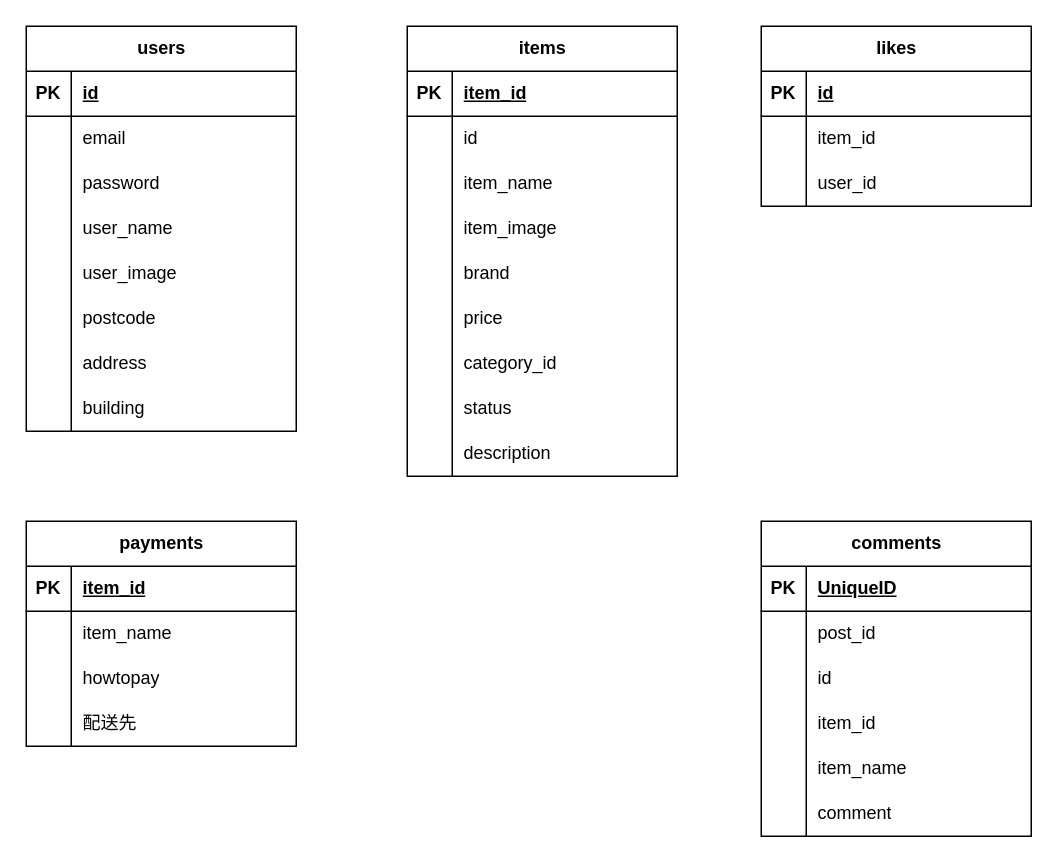
The draw.io diagram er.dio in GI-2902/mockcase, before the edit. Source tidied: cells renumbered, new cells numbered last; positions are measured from the earlier drawing's top-left corner, leaving out a move shared by most shapes. Both pictures are drawn from the tidied source at 150%, with x=0, y=0 at pixel (26, 26).
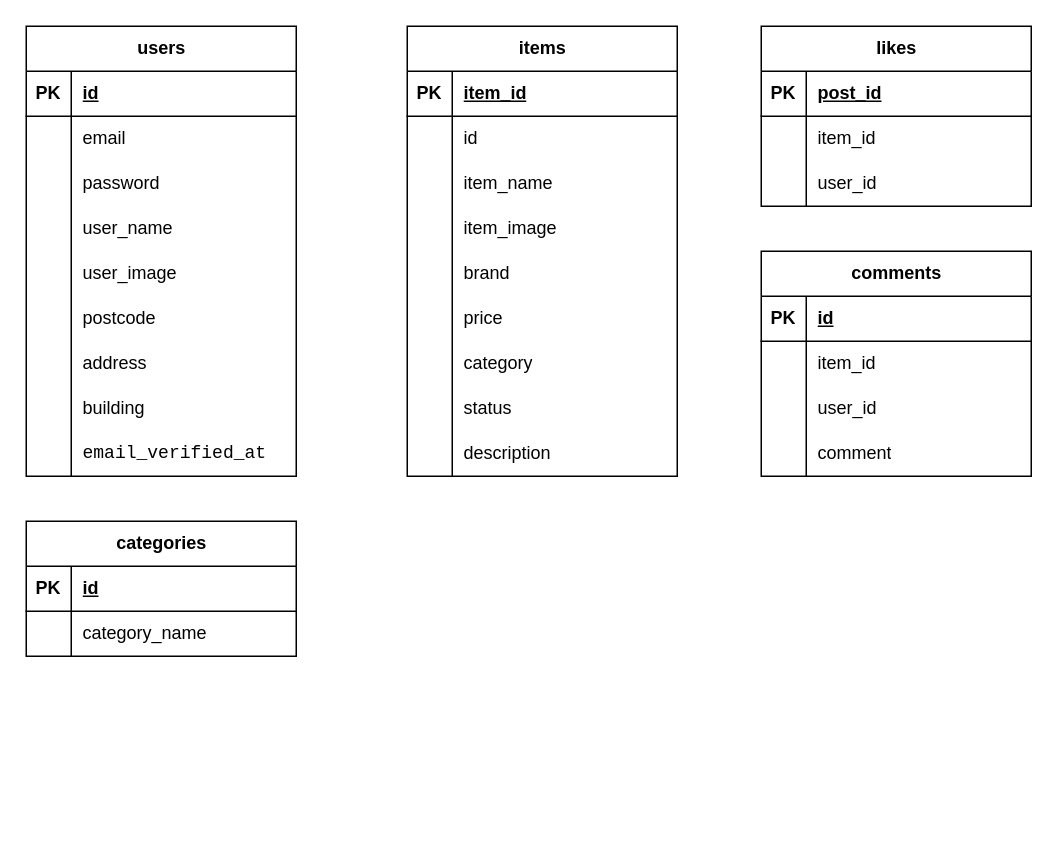
The same page after the edit.

Unchanged cells that the change refers to:
```xml
<mxCell id="34" style="shape=tableRow;horizontal=0;startSize=0;swimlaneHead=0;swimlaneBody=0;fillColor=none;top=0;left=0;right=0;bottom=0;" parent="15" vertex="1">
  <mxGeometry y="210" width="180" height="30" as="geometry" />
</mxCell>
<mxCell id="63" style="shape=tableRow;horizontal=0;startSize=0;swimlaneHead=0;swimlaneBody=0;fillColor=none;top=0;left=0;right=0;bottom=1;" parent="62" vertex="1">
  <mxGeometry y="30" width="180" height="30" as="geometry" />
</mxCell>
```

Diff of the diagram source:
```diff
@@
-    <mxCell id="2" value="payments" style="shape=table;startSize=30;childLayout=tableLayout;rowLines=0;fontStyle=1;align=center;html=1;" parent="1" vertex="1">
-      <mxGeometry y="330" width="180" height="150" as="geometry" />
-    </mxCell>
-    <mxCell id="3" style="shape=tableRow;horizontal=0;startSize=0;swimlaneHead=0;swimlaneBody=0;fillColor=none;top=0;left=0;right=0;bottom=1;" parent="2" vertex="1">
-      <mxGeometry y="30" width="180" height="30" as="geometry" />
-    </mxCell>
-    <mxCell id="4" value="PK" style="shape=partialRectangle;fillColor=none;top=0;left=0;bottom=0;right=0;fontStyle=1;overflow=hidden;whiteSpace=wrap;html=1;" parent="3" vertex="1">
-      <mxGeometry width="30" height="30" as="geometry" />
-    </mxCell>
-    <mxCell id="5" value="item_id" style="shape=partialRectangle;fillColor=none;top=0;left=0;bottom=0;right=0;align=left;spacingLeft=6;fontStyle=5;overflow=hidden;whiteSpace=wrap;html=1;" parent="3" vertex="1">
-      <mxGeometry x="30" width="150" height="30" as="geometry" />
-    </mxCell>
-    <mxCell id="6" style="shape=tableRow;horizontal=0;startSize=0;swimlaneHead=0;swimlaneBody=0;fillColor=none;top=0;left=0;right=0;bottom=0;" parent="2" vertex="1">
-      <mxGeometry y="60" width="180" height="30" as="geometry" />
-    </mxCell>
-    <mxCell id="7" style="shape=partialRectangle;fillColor=none;top=0;left=0;bottom=0;right=0;overflow=hidden;whiteSpace=wrap;html=1;" parent="6" vertex="1">
-      <mxGeometry width="30" height="30" as="geometry" />
-    </mxCell>
-    <mxCell id="8" value="item_name" style="shape=partialRectangle;fillColor=none;top=0;left=0;bottom=0;right=0;align=left;spacingLeft=6;overflow=hidden;whiteSpace=wrap;html=1;" parent="6" vertex="1">
-      <mxGeometry x="30" width="150" height="30" as="geometry" />
-    </mxCell>
-    <mxCell id="9" style="shape=tableRow;horizontal=0;startSize=0;swimlaneHead=0;swimlaneBody=0;fillColor=none;top=0;left=0;right=0;bottom=0;" parent="2" vertex="1">
-      <mxGeometry y="90" width="180" height="30" as="geometry" />
-    </mxCell>
-    <mxCell id="10" style="shape=partialRectangle;fillColor=none;top=0;left=0;bottom=0;right=0;overflow=hidden;whiteSpace=wrap;html=1;" parent="9" vertex="1">
-      <mxGeometry width="30" height="30" as="geometry" />
-    </mxCell>
-    <mxCell id="11" value="howtopay" style="shape=partialRectangle;fillColor=none;top=0;left=0;bottom=0;right=0;align=left;spacingLeft=6;overflow=hidden;whiteSpace=wrap;html=1;" parent="9" vertex="1">
-      <mxGeometry x="30" width="150" height="30" as="geometry" />
-    </mxCell>
-    <mxCell id="12" style="shape=tableRow;horizontal=0;startSize=0;swimlaneHead=0;swimlaneBody=0;fillColor=none;top=0;left=0;right=0;bottom=0;" parent="2" vertex="1">
-      <mxGeometry y="120" width="180" height="30" as="geometry" />
-    </mxCell>
-    <mxCell id="13" style="shape=partialRectangle;fillColor=none;top=0;left=0;bottom=0;right=0;overflow=hidden;whiteSpace=wrap;html=1;" parent="12" vertex="1">
-      <mxGeometry width="30" height="30" as="geometry" />
-    </mxCell>
-    <mxCell id="14" value="配送先" style="shape=partialRectangle;fillColor=none;top=0;left=0;bottom=0;right=0;align=left;spacingLeft=6;overflow=hidden;whiteSpace=wrap;html=1;" parent="12" vertex="1">
-      <mxGeometry x="30" width="150" height="30" as="geometry" />
-    </mxCell>
@@
-    <mxCell id="36" value="category_id" style="shape=partialRectangle;fillColor=none;top=0;left=0;bottom=0;right=0;align=left;spacingLeft=6;overflow=hidden;whiteSpace=wrap;html=1;" parent="34" vertex="1">
+    <mxCell id="36" value="category" style="shape=partialRectangle;fillColor=none;top=0;left=0;bottom=0;right=0;align=left;spacingLeft=6;overflow=hidden;whiteSpace=wrap;html=1;" parent="34" vertex="1">
       <mxGeometry x="30" width="150" height="30" as="geometry" />
     </mxCell>
@@
-    <mxCell id="43" value="comments" style="shape=table;startSize=30;childLayout=tableLayout;rowLines=0;fontStyle=1;align=center;html=1;" parent="1" vertex="1">
-      <mxGeometry x="490" y="330" width="180" height="210" as="geometry" />
-    </mxCell>
-    <mxCell id="44" style="shape=tableRow;horizontal=0;startSize=0;swimlaneHead=0;swimlaneBody=0;fillColor=none;top=0;left=0;right=0;bottom=1;" parent="43" vertex="1">
-      <mxGeometry y="30" width="180" height="30" as="geometry" />
-    </mxCell>
-    <mxCell id="45" value="PK" style="shape=partialRectangle;fillColor=none;top=0;left=0;bottom=0;right=0;fontStyle=1;overflow=hidden;whiteSpace=wrap;html=1;" parent="44" vertex="1">
-      <mxGeometry width="30" height="30" as="geometry" />
-    </mxCell>
-    <mxCell id="46" value="UniqueID" style="shape=partialRectangle;fillColor=none;top=0;left=0;bottom=0;right=0;align=left;spacingLeft=6;fontStyle=5;overflow=hidden;whiteSpace=wrap;html=1;" parent="44" vertex="1">
-      <mxGeometry x="30" width="150" height="30" as="geometry" />
-    </mxCell>
-    <mxCell id="47" style="shape=tableRow;horizontal=0;startSize=0;swimlaneHead=0;swimlaneBody=0;fillColor=none;top=0;left=0;right=0;bottom=0;" parent="43" vertex="1">
-      <mxGeometry y="60" width="180" height="30" as="geometry" />
-    </mxCell>
-    <mxCell id="48" style="shape=partialRectangle;fillColor=none;top=0;left=0;bottom=0;right=0;overflow=hidden;whiteSpace=wrap;html=1;" parent="47" vertex="1">
-      <mxGeometry width="30" height="30" as="geometry" />
-    </mxCell>
-    <mxCell id="49" value="post_id" style="shape=partialRectangle;fillColor=none;top=0;left=0;bottom=0;right=0;align=left;spacingLeft=6;overflow=hidden;whiteSpace=wrap;html=1;" parent="47" vertex="1">
-      <mxGeometry x="30" width="150" height="30" as="geometry" />
-    </mxCell>
-    <mxCell id="50" style="shape=tableRow;horizontal=0;startSize=0;swimlaneHead=0;swimlaneBody=0;fillColor=none;top=0;left=0;right=0;bottom=0;" parent="43" vertex="1">
-      <mxGeometry y="90" width="180" height="30" as="geometry" />
-    </mxCell>
-    <mxCell id="51" style="shape=partialRectangle;fillColor=none;top=0;left=0;bottom=0;right=0;overflow=hidden;whiteSpace=wrap;html=1;" parent="50" vertex="1">
-      <mxGeometry width="30" height="30" as="geometry" />
-    </mxCell>
-    <mxCell id="52" value="id" style="shape=partialRectangle;fillColor=none;top=0;left=0;bottom=0;right=0;align=left;spacingLeft=6;overflow=hidden;whiteSpace=wrap;html=1;" parent="50" vertex="1">
-      <mxGeometry x="30" width="150" height="30" as="geometry" />
-    </mxCell>
-    <mxCell id="53" style="shape=tableRow;horizontal=0;startSize=0;swimlaneHead=0;swimlaneBody=0;fillColor=none;top=0;left=0;right=0;bottom=0;" parent="43" vertex="1">
-      <mxGeometry y="120" width="180" height="30" as="geometry" />
-    </mxCell>
-    <mxCell id="54" style="shape=partialRectangle;fillColor=none;top=0;left=0;bottom=0;right=0;overflow=hidden;whiteSpace=wrap;html=1;" parent="53" vertex="1">
-      <mxGeometry width="30" height="30" as="geometry" />
-    </mxCell>
-    <mxCell id="55" value="item_id" style="shape=partialRectangle;fillColor=none;top=0;left=0;bottom=0;right=0;align=left;spacingLeft=6;overflow=hidden;whiteSpace=wrap;html=1;" parent="53" vertex="1">
-      <mxGeometry x="30" width="150" height="30" as="geometry" />
-    </mxCell>
-    <mxCell id="56" style="shape=tableRow;horizontal=0;startSize=0;swimlaneHead=0;swimlaneBody=0;fillColor=none;top=0;left=0;right=0;bottom=0;" parent="43" vertex="1">
-      <mxGeometry y="150" width="180" height="30" as="geometry" />
-    </mxCell>
-    <mxCell id="57" style="shape=partialRectangle;fillColor=none;top=0;left=0;bottom=0;right=0;overflow=hidden;whiteSpace=wrap;html=1;" parent="56" vertex="1">
-      <mxGeometry width="30" height="30" as="geometry" />
-    </mxCell>
-    <mxCell id="58" value="item_name" style="shape=partialRectangle;fillColor=none;top=0;left=0;bottom=0;right=0;align=left;spacingLeft=6;overflow=hidden;whiteSpace=wrap;html=1;" parent="56" vertex="1">
-      <mxGeometry x="30" width="150" height="30" as="geometry" />
-    </mxCell>
-    <mxCell id="59" style="shape=tableRow;horizontal=0;startSize=0;swimlaneHead=0;swimlaneBody=0;fillColor=none;top=0;left=0;right=0;bottom=0;" parent="43" vertex="1">
-      <mxGeometry y="180" width="180" height="30" as="geometry" />
-    </mxCell>
-    <mxCell id="60" style="shape=partialRectangle;fillColor=none;top=0;left=0;bottom=0;right=0;overflow=hidden;whiteSpace=wrap;html=1;" parent="59" vertex="1">
-      <mxGeometry width="30" height="30" as="geometry" />
-    </mxCell>
-    <mxCell id="61" value="comment" style="shape=partialRectangle;fillColor=none;top=0;left=0;bottom=0;right=0;align=left;spacingLeft=6;overflow=hidden;whiteSpace=wrap;html=1;" parent="59" vertex="1">
-      <mxGeometry x="30" width="150" height="30" as="geometry" />
-    </mxCell>
@@
-    <mxCell id="65" value="id" style="shape=partialRectangle;fillColor=none;top=0;left=0;bottom=0;right=0;align=left;spacingLeft=6;fontStyle=5;overflow=hidden;whiteSpace=wrap;html=1;" parent="63" vertex="1">
+    <mxCell id="65" value="post_id" style="shape=partialRectangle;fillColor=none;top=0;left=0;bottom=0;right=0;align=left;spacingLeft=6;fontStyle=5;overflow=hidden;whiteSpace=wrap;html=1;" parent="63" vertex="1">
       <mxGeometry x="30" width="150" height="30" as="geometry" />
     </mxCell>
@@
     <mxCell id="72" value="users" style="shape=table;startSize=30;childLayout=tableLayout;rowLines=0;fontStyle=1;align=center;html=1;" parent="1" vertex="1">
-      <mxGeometry width="180" height="270" as="geometry" />
+      <mxGeometry width="180" height="300" as="geometry" />
     </mxCell>
@@
+    <mxCell id="97" style="shape=tableRow;horizontal=0;startSize=0;swimlaneHead=0;swimlaneBody=0;fillColor=none;top=0;left=0;right=0;bottom=0;" parent="72" vertex="1">
+      <mxGeometry y="270" width="180" height="30" as="geometry" />
+    </mxCell>
+    <mxCell id="98" style="shape=partialRectangle;fillColor=none;top=0;left=0;bottom=0;right=0;overflow=hidden;whiteSpace=wrap;html=1;" parent="97" vertex="1">
+      <mxGeometry width="30" height="30" as="geometry" />
+    </mxCell>
+    <mxCell id="99" value="&lt;div style=&quot;background-color: rgb(255, 255, 255); font-family: Consolas, &amp;quot;Courier New&amp;quot;, monospace; line-height: 19px; white-space: pre; color: rgb(59, 59, 59);&quot;&gt;&lt;span style=&quot;color: rgb(163, 21, 21);&quot;&gt;&lt;font style=&quot;font-size: 12px;&quot; color=&quot;#000000&quot;&gt;email_verified_at&lt;/font&gt;&lt;/span&gt;&lt;/div&gt;" style="shape=partialRectangle;fillColor=none;top=0;left=0;bottom=0;right=0;align=left;spacingLeft=6;overflow=hidden;whiteSpace=wrap;html=1;" parent="97" vertex="1">
+      <mxGeometry x="30" width="150" height="30" as="geometry" />
+    </mxCell>
+    <mxCell id="43" value="comments" style="shape=table;startSize=30;childLayout=tableLayout;rowLines=0;fontStyle=1;align=center;html=1;" parent="1" vertex="1">
+      <mxGeometry x="490" y="150" width="180" height="150" as="geometry" />
+    </mxCell>
+    <mxCell id="100" style="shape=tableRow;horizontal=0;startSize=0;swimlaneHead=0;swimlaneBody=0;fillColor=none;top=0;left=0;right=0;bottom=1;" parent="43" vertex="1">
+      <mxGeometry y="30" width="180" height="30" as="geometry" />
+    </mxCell>
+    <mxCell id="101" value="PK" style="shape=partialRectangle;fillColor=none;top=0;left=0;bottom=0;right=0;fontStyle=1;overflow=hidden;whiteSpace=wrap;html=1;" parent="100" vertex="1">
+      <mxGeometry width="30" height="30" as="geometry" />
+    </mxCell>
+    <mxCell id="102" value="id" style="shape=partialRectangle;fillColor=none;top=0;left=0;bottom=0;right=0;align=left;spacingLeft=6;fontStyle=5;overflow=hidden;whiteSpace=wrap;html=1;" parent="100" vertex="1">
+      <mxGeometry x="30" width="150" height="30" as="geometry" />
+    </mxCell>
+    <mxCell id="103" style="shape=tableRow;horizontal=0;startSize=0;swimlaneHead=0;swimlaneBody=0;fillColor=none;top=0;left=0;right=0;bottom=0;" parent="43" vertex="1">
+      <mxGeometry y="60" width="180" height="30" as="geometry" />
+    </mxCell>
+    <mxCell id="104" style="shape=partialRectangle;fillColor=none;top=0;left=0;bottom=0;right=0;overflow=hidden;whiteSpace=wrap;html=1;" parent="103" vertex="1">
+      <mxGeometry width="30" height="30" as="geometry" />
+    </mxCell>
+    <mxCell id="55" value="item_id" style="shape=partialRectangle;fillColor=none;top=0;left=0;bottom=0;right=0;align=left;spacingLeft=6;overflow=hidden;whiteSpace=wrap;html=1;" parent="103" vertex="1">
+      <mxGeometry x="30" width="150" height="30" as="geometry" />
+    </mxCell>
+    <mxCell id="105" style="shape=tableRow;horizontal=0;startSize=0;swimlaneHead=0;swimlaneBody=0;fillColor=none;top=0;left=0;right=0;bottom=0;" parent="43" vertex="1">
+      <mxGeometry y="90" width="180" height="30" as="geometry" />
+    </mxCell>
+    <mxCell id="106" style="shape=partialRectangle;fillColor=none;top=0;left=0;bottom=0;right=0;overflow=hidden;whiteSpace=wrap;html=1;" parent="105" vertex="1">
+      <mxGeometry width="30" height="30" as="geometry" />
+    </mxCell>
+    <mxCell id="107" value="user_id" style="shape=partialRectangle;fillColor=none;top=0;left=0;bottom=0;right=0;align=left;spacingLeft=6;overflow=hidden;whiteSpace=wrap;html=1;" parent="105" vertex="1">
+      <mxGeometry x="30" width="150" height="30" as="geometry" />
+    </mxCell>
+    <mxCell id="108" style="shape=tableRow;horizontal=0;startSize=0;swimlaneHead=0;swimlaneBody=0;fillColor=none;top=0;left=0;right=0;bottom=0;" parent="43" vertex="1">
+      <mxGeometry y="120" width="180" height="30" as="geometry" />
+    </mxCell>
+    <mxCell id="109" style="shape=partialRectangle;fillColor=none;top=0;left=0;bottom=0;right=0;overflow=hidden;whiteSpace=wrap;html=1;" parent="108" vertex="1">
+      <mxGeometry width="30" height="30" as="geometry" />
+    </mxCell>
+    <mxCell id="61" value="comment" style="shape=partialRectangle;fillColor=none;top=0;left=0;bottom=0;right=0;align=left;spacingLeft=6;overflow=hidden;whiteSpace=wrap;html=1;" parent="108" vertex="1">
+      <mxGeometry x="30" width="150" height="30" as="geometry" />
+    </mxCell>
+    <mxCell id="110" value="categories" style="shape=table;startSize=30;childLayout=tableLayout;rowLines=0;fontStyle=1;align=center;html=1;" parent="1" vertex="1">
+      <mxGeometry y="330" width="180" height="90" as="geometry" />
+    </mxCell>
+    <mxCell id="111" style="shape=tableRow;horizontal=0;startSize=0;swimlaneHead=0;swimlaneBody=0;fillColor=none;top=0;left=0;right=0;bottom=1;" parent="110" vertex="1">
+      <mxGeometry y="30" width="180" height="30" as="geometry" />
+    </mxCell>
+    <mxCell id="112" value="PK" style="shape=partialRectangle;fillColor=none;top=0;left=0;bottom=0;right=0;fontStyle=1;overflow=hidden;whiteSpace=wrap;html=1;" parent="111" vertex="1">
+      <mxGeometry width="30" height="30" as="geometry" />
+    </mxCell>
+    <mxCell id="113" value="id" style="shape=partialRectangle;fillColor=none;top=0;left=0;bottom=0;right=0;align=left;spacingLeft=6;fontStyle=5;overflow=hidden;whiteSpace=wrap;html=1;" parent="111" vertex="1">
+      <mxGeometry x="30" width="150" height="30" as="geometry" />
+    </mxCell>
+    <mxCell id="114" style="shape=tableRow;horizontal=0;startSize=0;swimlaneHead=0;swimlaneBody=0;fillColor=none;top=0;left=0;right=0;bottom=0;" parent="110" vertex="1">
+      <mxGeometry y="60" width="180" height="30" as="geometry" />
+    </mxCell>
+    <mxCell id="115" style="shape=partialRectangle;fillColor=none;top=0;left=0;bottom=0;right=0;overflow=hidden;whiteSpace=wrap;html=1;" parent="114" vertex="1">
+      <mxGeometry width="30" height="30" as="geometry" />
+    </mxCell>
+    <mxCell id="116" value="category_name" style="shape=partialRectangle;fillColor=none;top=0;left=0;bottom=0;right=0;align=left;spacingLeft=6;overflow=hidden;whiteSpace=wrap;html=1;" parent="114" vertex="1">
+      <mxGeometry x="30" width="150" height="30" as="geometry" />
+    </mxCell>
```
